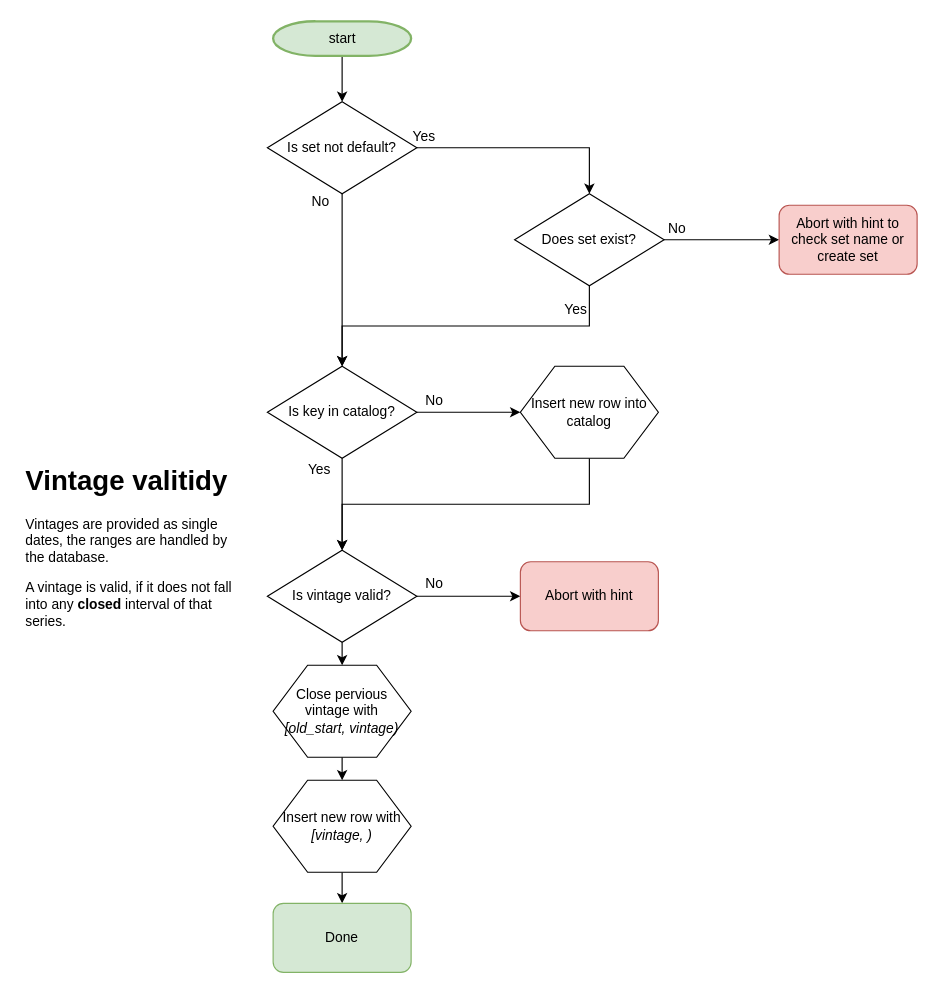
The draw.io diagram page "Page-1" (1 of 2) of inst/charts/insert_ts.drawio in mbannert/timeseriesdb, before the edit. Source tidied: cells renumbered, new cells numbered last; positions are measured from the earlier drawing's top-left corner, leaving out a move shared by most shapes. Both pictures are drawn from the tidied source at 115%, with x=0, y=0 at pixel (20, 21).
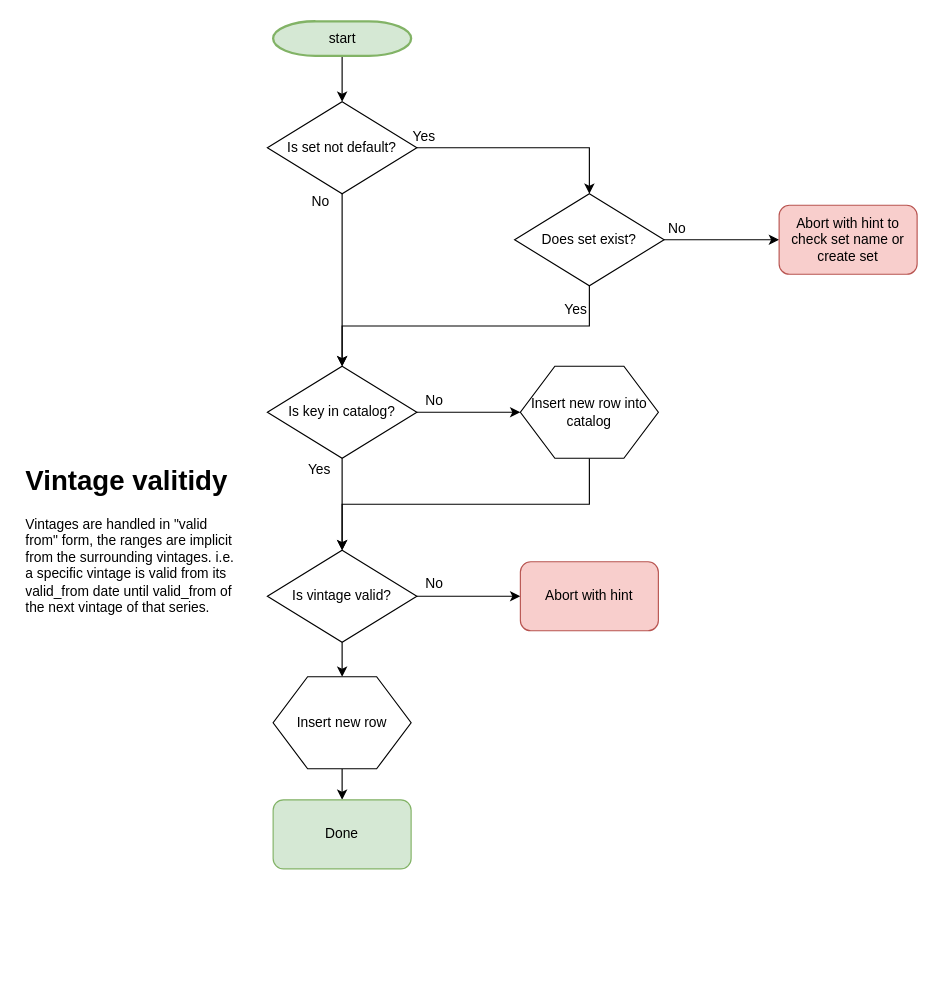
After the change.

The change refers to these unchanged cells:
```xml
<mxCell id="23" value="Is vintage valid?" style="rhombus;whiteSpace=wrap;html=1;" parent="1" vertex="1">
  <mxGeometry x="215" y="460" width="130" height="80" as="geometry" />
</mxCell>
```

Diff of the diagram source:
```diff
@@
-    <mxCell id="22" style="edgeStyle=orthogonalEdgeStyle;rounded=0;jettySize=auto;html=1;exitX=0.5;exitY=1;exitDx=0;exitDy=0;entryX=0.5;entryY=0;entryDx=0;entryDy=0;" parent="1" edge="1" source="23" target="29">
+    <mxCell id="22" style="edgeStyle=orthogonalEdgeStyle;rounded=0;jettySize=auto;html=1;exitX=0.5;exitY=1;exitDx=0;exitDy=0;entryX=0.5;entryY=0;entryDx=0;entryDy=0;" parent="1" edge="1" source="23" target="31">
       <mxGeometry relative="1" as="geometry" />
     </mxCell>
@@
-    <mxCell id="25" value="&lt;h1&gt;Vintage valitidy&lt;/h1&gt;&lt;p&gt;Vintages are provided as single dates, the ranges are handled by the database.&lt;/p&gt;&lt;p&gt;A vintage is valid, if it does not fall into any &lt;b&gt;closed &lt;/b&gt;interval of that series.&lt;/p&gt;" style="text;html=1;strokeColor=none;fillColor=none;spacing=5;spacingTop=-20;whiteSpace=wrap;overflow=hidden;rounded=0;" parent="1" vertex="1">
+    <mxCell id="25" value="&lt;h1&gt;Vintage valitidy&lt;/h1&gt;&lt;p&gt;Vintages are handled in &quot;valid from&quot; form, the ranges are implicit from the surrounding vintages. i.e. a specific vintage is valid from its valid_from date until valid_from of the next vintage of that series.&lt;/p&gt;" style="text;html=1;strokeColor=none;fillColor=none;spacing=5;spacingTop=-20;whiteSpace=wrap;overflow=hidden;rounded=0;" parent="1" vertex="1">
       <mxGeometry y="380" width="190" height="160" as="geometry" />
     </mxCell>
@@
-    <mxCell id="28" style="edgeStyle=orthogonalEdgeStyle;rounded=0;jettySize=auto;html=1;exitX=0.5;exitY=1;exitDx=0;exitDy=0;entryX=0.5;entryY=0;entryDx=0;entryDy=0;" parent="1" edge="1" source="29" target="31">
-      <mxGeometry relative="1" as="geometry" />
-    </mxCell>
-    <mxCell id="29" value="Close pervious vintage with &lt;i&gt;[old_start, vintage)&lt;/i&gt;" style="shape=hexagon;perimeter=hexagonPerimeter2;whiteSpace=wrap;html=1;" parent="1" vertex="1">
-      <mxGeometry x="220" y="560" width="120" height="80" as="geometry" />
-    </mxCell>
@@
-    <mxCell id="31" value="Insert new row with &lt;i&gt;[vintage, )&lt;/i&gt;" style="shape=hexagon;perimeter=hexagonPerimeter2;whiteSpace=wrap;html=1;" parent="1" vertex="1">
-      <mxGeometry x="220" y="660" width="120" height="80" as="geometry" />
+    <mxCell id="31" value="Insert new row" style="shape=hexagon;perimeter=hexagonPerimeter2;whiteSpace=wrap;html=1;" parent="1" vertex="1">
+      <mxGeometry x="220" y="570" width="120" height="80" as="geometry" />
     </mxCell>
     <mxCell id="32" value="Done" style="rounded=1;whiteSpace=wrap;html=1;fillColor=#d5e8d4;strokeColor=#82b366;" parent="1" vertex="1">
-      <mxGeometry x="220" y="767" width="120" height="60" as="geometry" />
+      <mxGeometry x="220" y="677" width="120" height="60" as="geometry" />
     </mxCell>
```
